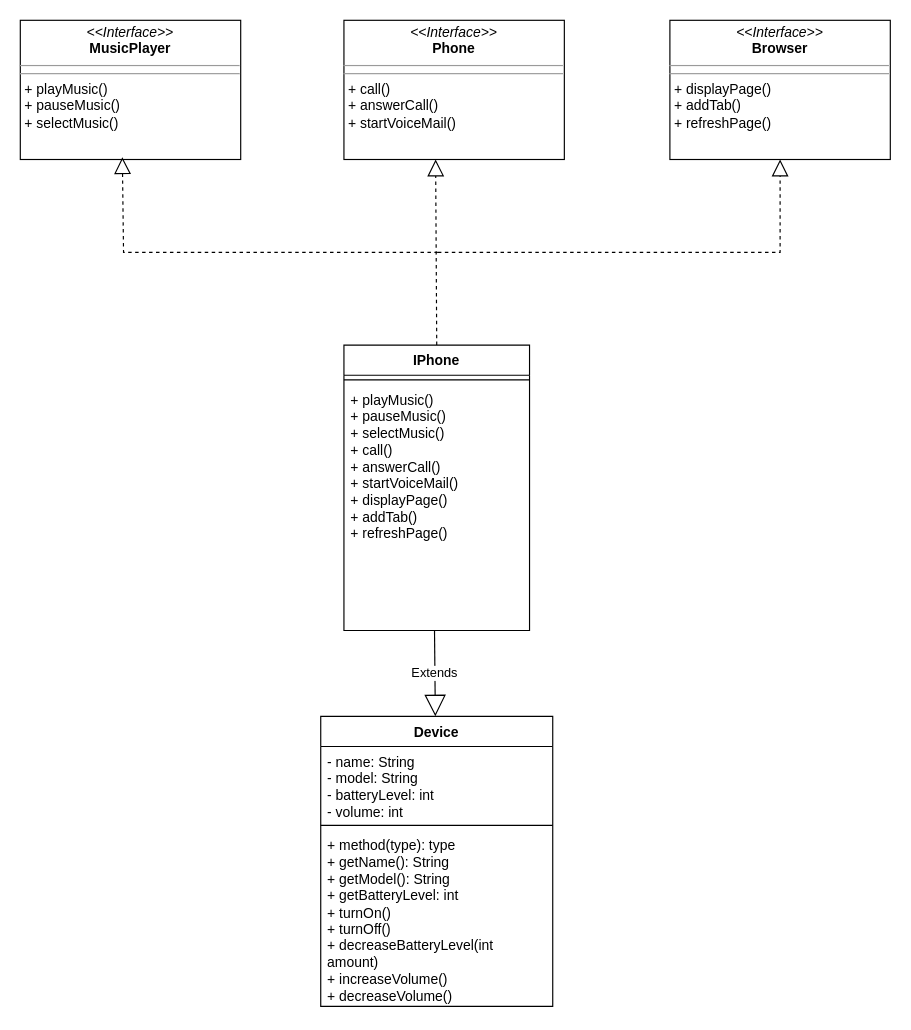
This is desafios/iPhone-classDiagram.drawio from Matheus-Fontinele-Alves-Vieria/JavaProjects-DIO, a draw.io file, before an edit. Source tidied: cells renumbered, new cells numbered last; positions are measured from the earlier drawing's top-left corner, leaving out a move shared by most shapes. Both pictures are drawn from the tidied source at 116%, with x=0, y=0 at pixel (20, 20).
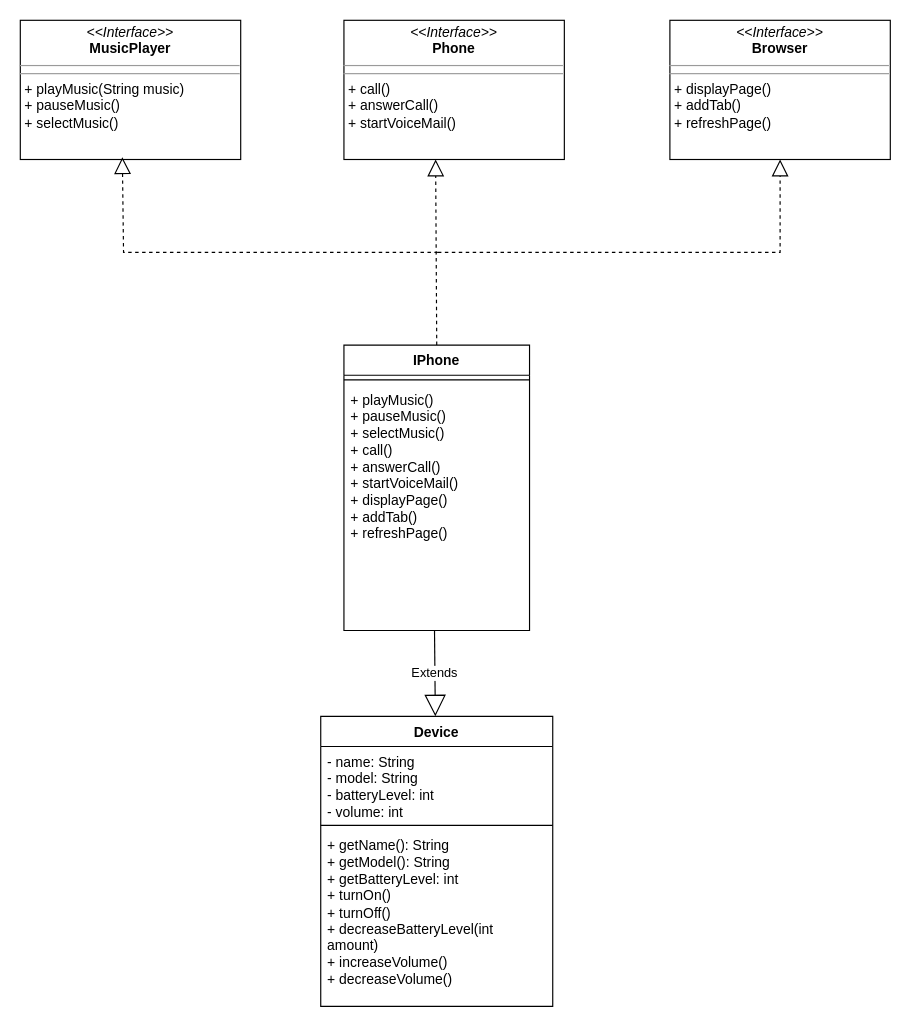
Above is the later version.

What changed in the source:
```diff
@@
 <mxGraphModel>
   <root>
     <mxCell id="0" />
     <mxCell id="1" parent="0" />
-    <mxCell id="2" value="&lt;p style=&quot;margin:0px;margin-top:4px;text-align:center;&quot;&gt;&lt;i&gt;&amp;lt;&amp;lt;Interface&amp;gt;&amp;gt;&lt;/i&gt;&lt;br&gt;&lt;b&gt;MusicPlayer&lt;/b&gt;&lt;/p&gt;&lt;hr size=&quot;1&quot;&gt;&lt;hr size=&quot;1&quot;&gt;&lt;p style=&quot;margin:0px;margin-left:4px;&quot;&gt;+ playMusic()&lt;/p&gt;&lt;p style=&quot;margin:0px;margin-left:4px;&quot;&gt;+ pauseMusic()&lt;/p&gt;&lt;p style=&quot;margin:0px;margin-left:4px;&quot;&gt;+ selectMusic()&lt;br&gt;&lt;/p&gt;" style="verticalAlign=top;align=left;overflow=fill;fontSize=12;fontFamily=Helvetica;html=1;whiteSpace=wrap;" parent="1" vertex="1">
+    <mxCell id="2" value="&lt;p style=&quot;margin:0px;margin-top:4px;text-align:center;&quot;&gt;&lt;i&gt;&amp;lt;&amp;lt;Interface&amp;gt;&amp;gt;&lt;/i&gt;&lt;br&gt;&lt;b&gt;MusicPlayer&lt;/b&gt;&lt;/p&gt;&lt;hr size=&quot;1&quot;&gt;&lt;hr size=&quot;1&quot;&gt;&lt;p style=&quot;margin:0px;margin-left:4px;&quot;&gt;+ playMusic(String music)&lt;/p&gt;&lt;p style=&quot;margin:0px;margin-left:4px;&quot;&gt;+ pauseMusic()&lt;/p&gt;&lt;p style=&quot;margin:0px;margin-left:4px;&quot;&gt;+ selectMusic()&lt;br&gt;&lt;/p&gt;" style="verticalAlign=top;align=left;overflow=fill;fontSize=12;fontFamily=Helvetica;html=1;whiteSpace=wrap;" parent="1" vertex="1">
       <mxGeometry width="190" height="120" as="geometry" />
     </mxCell>
     <mxCell id="3" value="&lt;p style=&quot;margin:0px;margin-top:4px;text-align:center;&quot;&gt;&lt;i&gt;&amp;lt;&amp;lt;Interface&amp;gt;&amp;gt;&lt;/i&gt;&lt;br&gt;&lt;b&gt;Phone&lt;/b&gt;&lt;br&gt;&lt;/p&gt;&lt;hr size=&quot;1&quot;&gt;&lt;hr size=&quot;1&quot;&gt;&lt;p style=&quot;margin:0px;margin-left:4px;&quot;&gt;+ call()&lt;/p&gt;&lt;p style=&quot;margin:0px;margin-left:4px;&quot;&gt;+ answerCall()&lt;/p&gt;&lt;p style=&quot;margin:0px;margin-left:4px;&quot;&gt;+ startVoiceMail()&lt;br&gt;&lt;/p&gt;" style="verticalAlign=top;align=left;overflow=fill;fontSize=12;fontFamily=Helvetica;html=1;whiteSpace=wrap;" parent="1" vertex="1">
       <mxGeometry x="279" width="190" height="120" as="geometry" />
     </mxCell>
     <mxCell id="4" value="&lt;p style=&quot;margin:0px;margin-top:4px;text-align:center;&quot;&gt;&lt;i&gt;&amp;lt;&amp;lt;Interface&amp;gt;&amp;gt;&lt;/i&gt;&lt;br&gt;&lt;b&gt;Browser&lt;/b&gt;&lt;br&gt;&lt;/p&gt;&lt;hr size=&quot;1&quot;&gt;&lt;hr size=&quot;1&quot;&gt;&lt;p style=&quot;margin:0px;margin-left:4px;&quot;&gt;+ displayPage()&lt;/p&gt;&lt;p style=&quot;margin:0px;margin-left:4px;&quot;&gt;+ addTab()&lt;/p&gt;&lt;p style=&quot;margin:0px;margin-left:4px;&quot;&gt;+ refreshPage()&lt;br&gt;&lt;/p&gt;" style="verticalAlign=top;align=left;overflow=fill;fontSize=12;fontFamily=Helvetica;html=1;whiteSpace=wrap;" parent="1" vertex="1">
       <mxGeometry x="560" width="190" height="120" as="geometry" />
     </mxCell>
     <mxCell id="5" style="endArrow=block;dashed=1;endFill=0;endSize=12;html=1;rounded=0;exitX=0.5;exitY=0;exitDx=0;exitDy=0;entryX=0.416;entryY=1;entryDx=0;entryDy=0;entryPerimeter=0;" parent="1" edge="1" target="3">
       <mxGeometry relative="1" as="geometry">
         <mxPoint x="359" y="280" as="sourcePoint" />
       </mxGeometry>
     </mxCell>
     <mxCell id="6" style="endArrow=block;dashed=1;endFill=0;endSize=12;html=1;rounded=0;entryX=0.5;entryY=1;entryDx=0;entryDy=0;" parent="1" edge="1" target="4">
       <mxGeometry relative="1" as="geometry">
         <mxPoint x="360" y="200" as="sourcePoint" />
         <Array as="points">
           <mxPoint x="655" y="200" />
         </Array>
       </mxGeometry>
     </mxCell>
     <mxCell id="7" style="endArrow=block;dashed=1;endFill=0;endSize=12;html=1;rounded=0;entryX=0.463;entryY=0.983;entryDx=0;entryDy=0;entryPerimeter=0;" parent="1" edge="1" target="2">
       <mxGeometry relative="1" as="geometry">
         <mxPoint x="360" y="200" as="sourcePoint" />
         <Array as="points">
           <mxPoint x="89" y="200" />
         </Array>
       </mxGeometry>
     </mxCell>
     <mxCell id="8" value="IPhone" style="swimlane;fontStyle=1;align=center;verticalAlign=top;horizontal=1;startSize=26;whiteSpace=wrap;html=1;" parent="1" vertex="1">
       <mxGeometry x="279" y="280" width="160" height="246" as="geometry" />
     </mxCell>
     <mxCell id="9" style="line;strokeWidth=1;fillColor=none;align=left;verticalAlign=middle;spacingTop=-1;spacingLeft=3;spacingRight=3;labelPosition=right;strokeColor=inherit;" parent="8" vertex="1">
       <mxGeometry y="26" width="160" height="8" as="geometry" />
     </mxCell>
     <mxCell id="10" value="+ playMusic()&lt;div&gt;+ pauseMusic()&lt;br&gt;+ selectMusic()&lt;/div&gt;&lt;div&gt;+ call()&lt;/div&gt;&lt;div&gt;+ answerCall()&lt;/div&gt;&lt;div&gt;+ startVoiceMail()&lt;/div&gt;&lt;div&gt;+ displayPage()&lt;/div&gt;&lt;div&gt;+ addTab()&lt;/div&gt;&lt;div&gt;+ refreshPage()&lt;br&gt;&lt;/div&gt;" style="text;strokeColor=none;fillColor=none;align=left;verticalAlign=top;spacingLeft=4;spacingRight=4;overflow=hidden;points=[[0,0.5],[1,0.5]];portConstraint=eastwest;whiteSpace=wrap;html=1;" parent="8" vertex="1">
       <mxGeometry y="34" width="160" height="212" as="geometry" />
     </mxCell>
     <mxCell id="11" value="Device" style="swimlane;fontStyle=1;align=center;verticalAlign=top;horizontal=1;startSize=26;whiteSpace=wrap;html=1;" parent="1" vertex="1">
       <mxGeometry x="259" y="600" width="200" height="250" as="geometry" />
     </mxCell>
     <mxCell id="12" value="&lt;div&gt;- name: String&lt;/div&gt;&lt;div&gt;- model: String&lt;/div&gt;&lt;div&gt;- batteryLevel: int&lt;/div&gt;&lt;div&gt;- volume: int&lt;br&gt;&lt;/div&gt;" style="text;strokeColor=none;fillColor=none;align=left;verticalAlign=top;spacingLeft=4;spacingRight=4;overflow=hidden;whiteSpace=wrap;html=1;" parent="11" vertex="1">
       <mxGeometry y="26" width="200" height="64" as="geometry" />
     </mxCell>
     <mxCell id="13" style="line;strokeWidth=1;fillColor=none;align=left;verticalAlign=middle;spacingTop=-1;spacingLeft=3;spacingRight=3;labelPosition=right;strokeColor=inherit;" parent="11" vertex="1">
       <mxGeometry y="90" width="200" height="8" as="geometry" />
     </mxCell>
-    <mxCell id="14" value="&lt;div&gt;+ method(type): type&lt;/div&gt;&lt;div&gt;+ getName(): String&lt;/div&gt;&lt;div&gt;+ getModel(): String&lt;/div&gt;&lt;div&gt;+ getBatteryLevel: int&lt;/div&gt;&lt;div&gt;+ turnOn()&lt;/div&gt;&lt;div&gt;+ turnOff()&lt;/div&gt;&lt;div&gt;+ decreaseBatteryLevel(int amount)&lt;/div&gt;&lt;div&gt;+ increaseVolume()&lt;/div&gt;&lt;div&gt;+ decreaseVolume()&lt;br&gt;&lt;/div&gt;" style="text;strokeColor=none;fillColor=none;align=left;verticalAlign=top;spacingLeft=4;spacingRight=4;overflow=hidden;whiteSpace=wrap;html=1;" parent="11" vertex="1">
+    <mxCell id="14" value="&lt;div&gt;+ getName(): String&lt;/div&gt;&lt;div&gt;+ getModel(): String&lt;/div&gt;&lt;div&gt;+ getBatteryLevel: int&lt;/div&gt;&lt;div&gt;+ turnOn()&lt;/div&gt;&lt;div&gt;+ turnOff()&lt;/div&gt;&lt;div&gt;+ decreaseBatteryLevel(int amount)&lt;/div&gt;&lt;div&gt;+ increaseVolume()&lt;/div&gt;&lt;div&gt;+ decreaseVolume()&lt;br&gt;&lt;/div&gt;" style="text;strokeColor=none;fillColor=none;align=left;verticalAlign=top;spacingLeft=4;spacingRight=4;overflow=hidden;whiteSpace=wrap;html=1;" parent="11" vertex="1">
       <mxGeometry y="98" width="200" height="152" as="geometry" />
     </mxCell>
     <mxCell id="15" value="Extends" style="endArrow=block;endSize=16;endFill=0;html=1;rounded=0;exitX=0.488;exitY=1;exitDx=0;exitDy=0;exitPerimeter=0;" parent="1" edge="1" source="10" target="11">
       <mxGeometry relative="1" as="geometry" />
     </mxCell>
   </root>
 </mxGraphModel>
```
